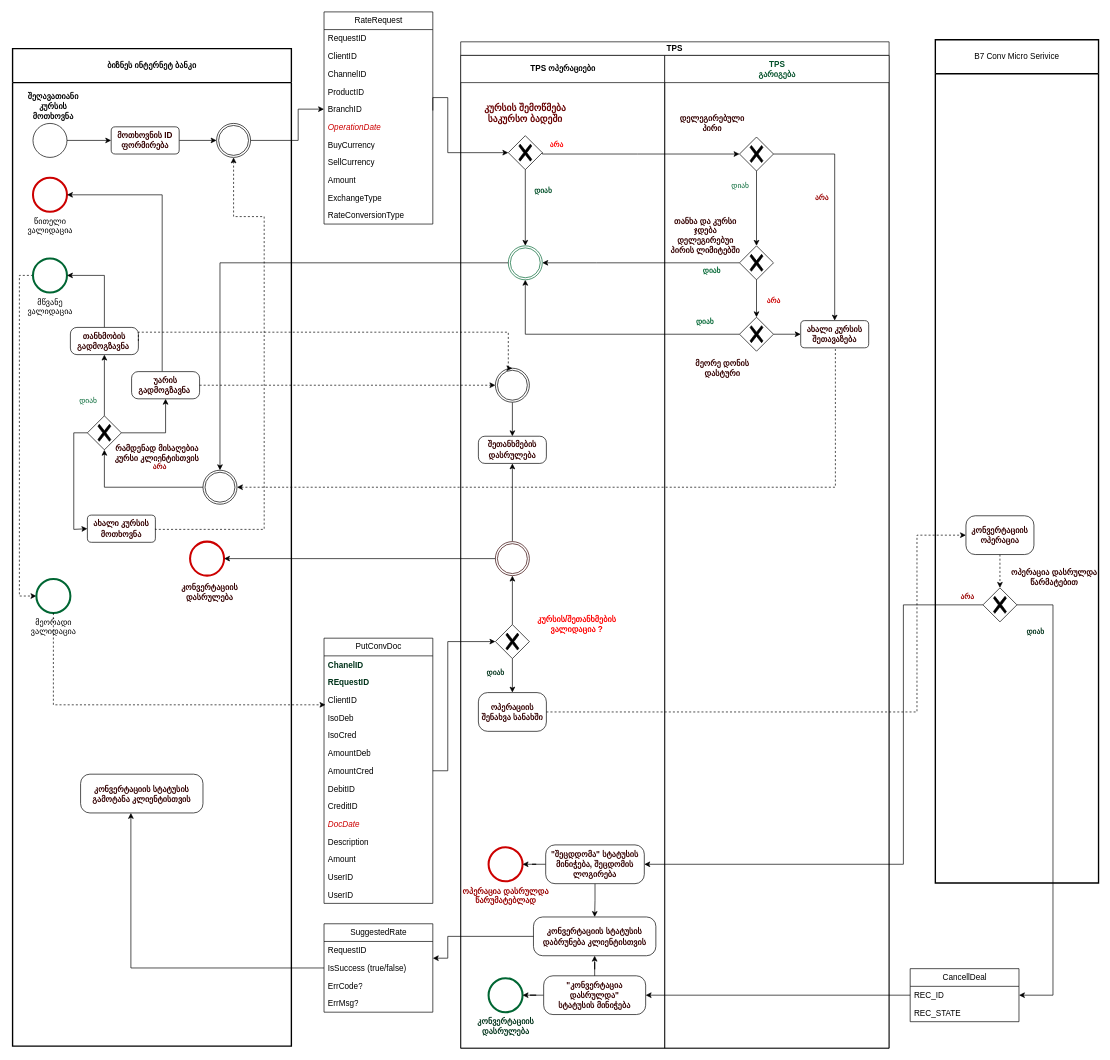
This is page "შეღავათიანიi კურსზე შეთანხმება" (1 of 4) of RateDealProcessDiagram.drawio from vaso514d/drawio, a draw.io file, before an edit. Source tidied: cells renumbered, new cells numbered last; positions are measured from the earlier drawing's top-left corner, leaving out a move shared by most shapes. Both pictures are drawn from the tidied source at 68%, with x=0, y=0 at pixel (12, 12).
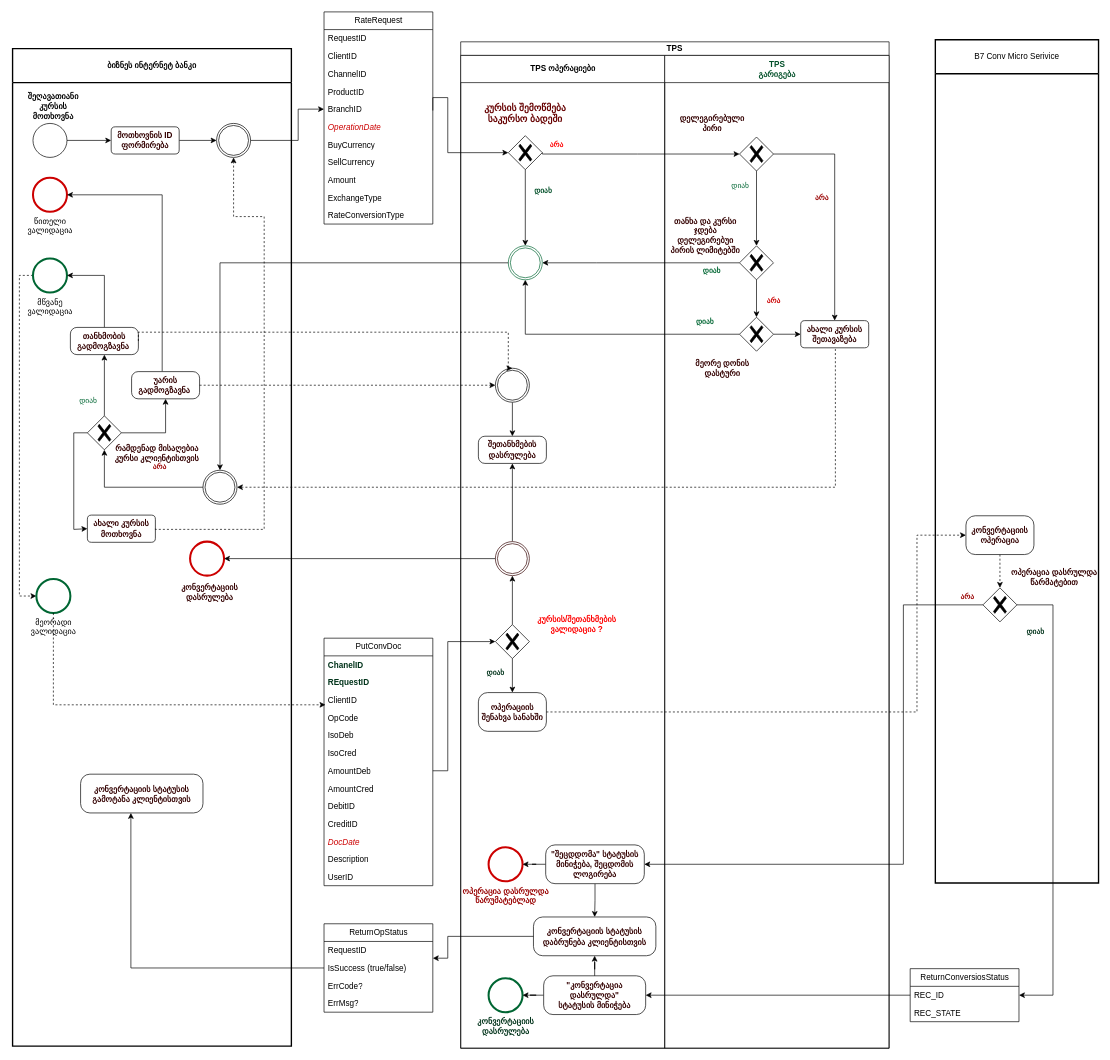
Above is the later version.

Diff of the diagram source:
```diff
@@
     <mxCell id="101" value="PutConvDoc" style="swimlane;fontStyle=0;horizontal=1;startSize=26;fillColor=none;html=1;fontColor=#000000;" parent="1" vertex="1">
-      <mxGeometry x="458" y="921" width="160" height="390" as="geometry" />
+      <mxGeometry x="458" y="921" width="160" height="364" as="geometry" />
     </mxCell>
@@
+    <mxCell id="134" value="OpCode" style="text;strokeColor=none;fillColor=none;align=left;verticalAlign=top;spacingLeft=4;spacingRight=4;overflow=hidden;whiteSpace=wrap;html=1;fontColor=#000000;" parent="101" vertex="1">
+      <mxGeometry y="104" width="160" height="26" as="geometry" />
+    </mxCell>
     <mxCell id="105" value="IsoDeb" style="text;strokeColor=none;fillColor=none;align=left;verticalAlign=top;spacingLeft=4;spacingRight=4;overflow=hidden;whiteSpace=wrap;html=1;fontColor=#000000;" parent="101" vertex="1">
-      <mxGeometry y="104" width="160" height="26" as="geometry" />
+      <mxGeometry y="130" width="160" height="26" as="geometry" />
     </mxCell>
     <mxCell id="106" value="IsoCred" style="text;strokeColor=none;fillColor=none;align=left;verticalAlign=top;spacingLeft=4;spacingRight=4;overflow=hidden;whiteSpace=wrap;html=1;fontColor=#000000;" parent="101" vertex="1">
-      <mxGeometry y="130" width="160" height="26" as="geometry" />
+      <mxGeometry y="156" width="160" height="26" as="geometry" />
     </mxCell>
     <mxCell id="107" value="AmountDeb" style="text;strokeColor=none;fillColor=none;align=left;verticalAlign=top;spacingLeft=4;spacingRight=4;overflow=hidden;whiteSpace=wrap;html=1;fontColor=#000000;" parent="101" vertex="1">
-      <mxGeometry y="156" width="160" height="26" as="geometry" />
+      <mxGeometry y="182" width="160" height="26" as="geometry" />
     </mxCell>
     <mxCell id="108" value="AmountCred" style="text;strokeColor=none;fillColor=none;align=left;verticalAlign=top;spacingLeft=4;spacingRight=4;overflow=hidden;whiteSpace=wrap;html=1;fontColor=#000000;" parent="101" vertex="1">
-      <mxGeometry y="182" width="160" height="26" as="geometry" />
+      <mxGeometry y="208" width="160" height="26" as="geometry" />
     </mxCell>
     <mxCell id="109" value="DebitID" style="text;strokeColor=none;fillColor=none;align=left;verticalAlign=top;spacingLeft=4;spacingRight=4;overflow=hidden;whiteSpace=wrap;html=1;fontColor=#000000;" parent="101" vertex="1">
-      <mxGeometry y="208" width="160" height="26" as="geometry" />
+      <mxGeometry y="234" width="160" height="26" as="geometry" />
     </mxCell>
     <mxCell id="110" value="CreditID" style="text;strokeColor=none;fillColor=none;align=left;verticalAlign=top;spacingLeft=4;spacingRight=4;overflow=hidden;whiteSpace=wrap;html=1;fontColor=#000000;" parent="101" vertex="1">
-      <mxGeometry y="234" width="160" height="26" as="geometry" />
+      <mxGeometry y="260" width="160" height="26" as="geometry" />
     </mxCell>
     <mxCell id="111" value="DocDate" style="text;strokeColor=none;fillColor=none;align=left;verticalAlign=top;spacingLeft=4;spacingRight=4;overflow=hidden;whiteSpace=wrap;html=1;fontColor=#CC0000;fontStyle=2;" parent="101" vertex="1">
-      <mxGeometry y="260" width="160" height="26" as="geometry" />
+      <mxGeometry y="286" width="160" height="26" as="geometry" />
     </mxCell>
     <mxCell id="112" value="Description" style="text;strokeColor=none;fillColor=none;align=left;verticalAlign=top;spacingLeft=4;spacingRight=4;overflow=hidden;whiteSpace=wrap;html=1;fontColor=#000000;" parent="101" vertex="1">
-      <mxGeometry y="286" width="160" height="26" as="geometry" />
+      <mxGeometry y="312" width="160" height="26" as="geometry" />
     </mxCell>
-    <mxCell id="113" value="Amount" style="text;strokeColor=none;fillColor=none;align=left;verticalAlign=top;spacingLeft=4;spacingRight=4;overflow=hidden;whiteSpace=wrap;html=1;fontColor=#000000;" parent="101" vertex="1">
-      <mxGeometry y="312" width="160" height="26" as="geometry" />
-    </mxCell>
@@
-    <mxCell id="115" value="UserID" style="text;strokeColor=none;fillColor=none;align=left;verticalAlign=top;spacingLeft=4;spacingRight=4;overflow=hidden;whiteSpace=wrap;html=1;fontColor=#000000;" parent="101" vertex="1">
-      <mxGeometry y="364" width="160" height="26" as="geometry" />
-    </mxCell>
@@
-    <mxCell id="122" value="SuggestedRate" style="swimlane;fontStyle=0;horizontal=1;startSize=26;fillColor=none;html=1;fontColor=#000000;" parent="1" vertex="1">
+    <mxCell id="122" value="ReturnOpStatus" style="swimlane;fontStyle=0;horizontal=1;startSize=26;fillColor=none;html=1;fontColor=#000000;" parent="1" vertex="1">
       <mxGeometry x="458" y="1341" width="160" height="130" as="geometry" />
     </mxCell>
@@
-    <mxCell id="130" value="CancellDeal" style="swimlane;fontStyle=0;horizontal=1;startSize=26;fillColor=none;html=1;fontColor=#000000;" parent="1" vertex="1">
+    <mxCell id="130" value="ReturnConversiosStatus" style="swimlane;fontStyle=0;horizontal=1;startSize=26;fillColor=none;html=1;fontColor=#000000;" parent="1" vertex="1">
       <mxGeometry x="1320" y="1407" width="160" height="78" as="geometry" />
     </mxCell>
```
